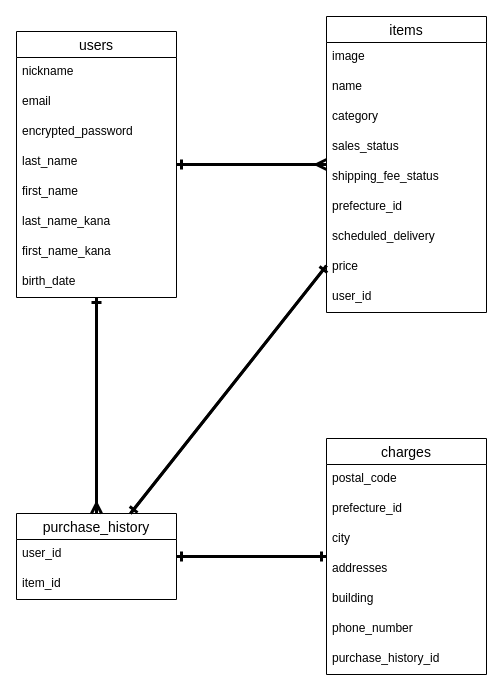
Above: furima.dio in yw6870/furima-32560 (draw.io), before the change. Source tidied: cells renumbered, new cells numbered last; positions are measured from the earlier drawing's top-left corner, leaving out a move shared by most shapes. Both pictures are drawn from the tidied source at 100%, with x=0, y=0 at pixel (16, 16).
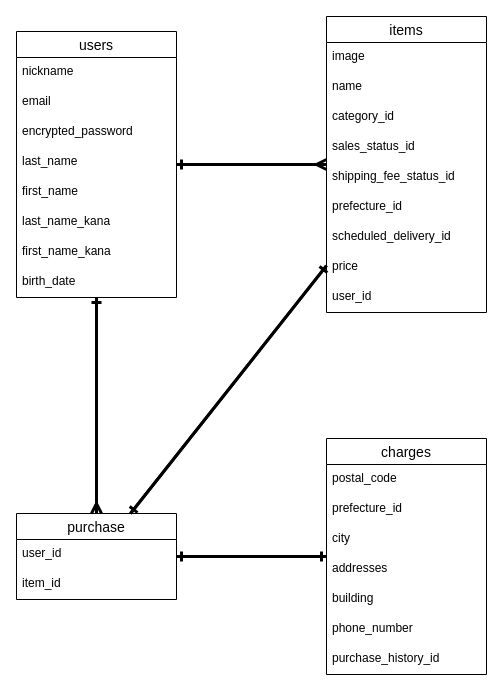
The same page after the edit.

Commit message (it also covers changes not shown here):
指摘事項の修正

The change refers to these unchanged cells:
```xml
<mxCell id="11" value="items" style="swimlane;fontStyle=0;horizontal=1;startSize=26;align=center;fontSize=14;" parent="1" vertex="1">
  <mxGeometry x="310" width="160" height="296" as="geometry" />
</mxCell>
```

The edit, as a diff of the source:
```diff
@@
-    <mxCell id="14" value="category" style="text;strokeColor=none;fillColor=none;spacingLeft=4;spacingRight=4;overflow=hidden;fontSize=12;" parent="11" vertex="1">
+    <mxCell id="14" value="category_id" style="text;strokeColor=none;fillColor=none;spacingLeft=4;spacingRight=4;overflow=hidden;fontSize=12;" parent="11" vertex="1">
       <mxGeometry y="86" width="160" height="30" as="geometry" />
     </mxCell>
-    <mxCell id="15" value="sales_status" style="text;strokeColor=none;fillColor=none;spacingLeft=4;spacingRight=4;overflow=hidden;fontSize=12;" parent="11" vertex="1">
+    <mxCell id="15" value="sales_status_id" style="text;strokeColor=none;fillColor=none;spacingLeft=4;spacingRight=4;overflow=hidden;fontSize=12;" parent="11" vertex="1">
       <mxGeometry y="116" width="160" height="30" as="geometry" />
     </mxCell>
-    <mxCell id="16" value="shipping_fee_status" style="text;strokeColor=none;fillColor=none;spacingLeft=4;spacingRight=4;overflow=hidden;fontSize=12;" parent="11" vertex="1">
+    <mxCell id="16" value="shipping_fee_status_id" style="text;strokeColor=none;fillColor=none;spacingLeft=4;spacingRight=4;overflow=hidden;fontSize=12;" parent="11" vertex="1">
       <mxGeometry y="146" width="160" height="30" as="geometry" />
     </mxCell>
@@
-    <mxCell id="18" value="scheduled_delivery" style="text;strokeColor=none;fillColor=none;spacingLeft=4;spacingRight=4;overflow=hidden;fontSize=12;" parent="11" vertex="1">
+    <mxCell id="18" value="scheduled_delivery_id" style="text;strokeColor=none;fillColor=none;spacingLeft=4;spacingRight=4;overflow=hidden;fontSize=12;" parent="11" vertex="1">
       <mxGeometry y="206" width="160" height="30" as="geometry" />
     </mxCell>
@@
-    <mxCell id="29" value="purchase_history" style="swimlane;fontStyle=0;horizontal=1;startSize=26;align=center;fontSize=14;" parent="1" vertex="1">
+    <mxCell id="29" value="purchase" style="swimlane;fontStyle=0;horizontal=1;startSize=26;align=center;fontSize=14;" parent="1" vertex="1">
       <mxGeometry y="497" width="160" height="86" as="geometry" />
     </mxCell>
```
